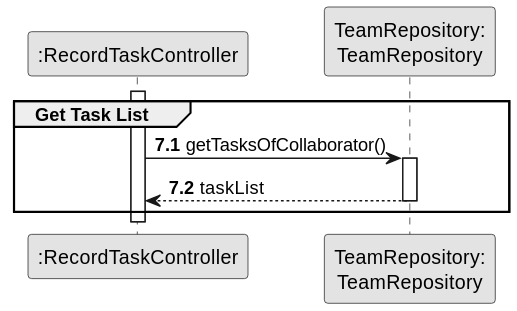
This is docs/sprintC/us029/03.design/svg/us029-sequence-diagram-partial-get-task-list.svg from ricardomm7/leaflink, a PlantUML export, as it was before one commit.
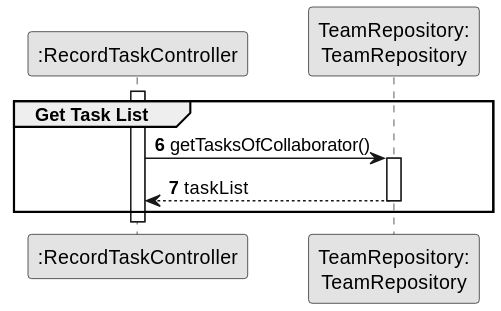
After the change.

The edit, as a diff of the source:
```diff
@@ -7,14 +7,13 @@
 participant ":RecordTaskController" as CTRL
 participant "TeamRepository:\nTeamRepository" as TeamRepository
 
-autonumber 7
+autonumber 6
 
 
 activate CTRL
 
 
     group Get Task List
-    autonumber 7.1
 
     CTRL -> TeamRepository : getTasksOfCollaborator()
     activate TeamRepository
```
